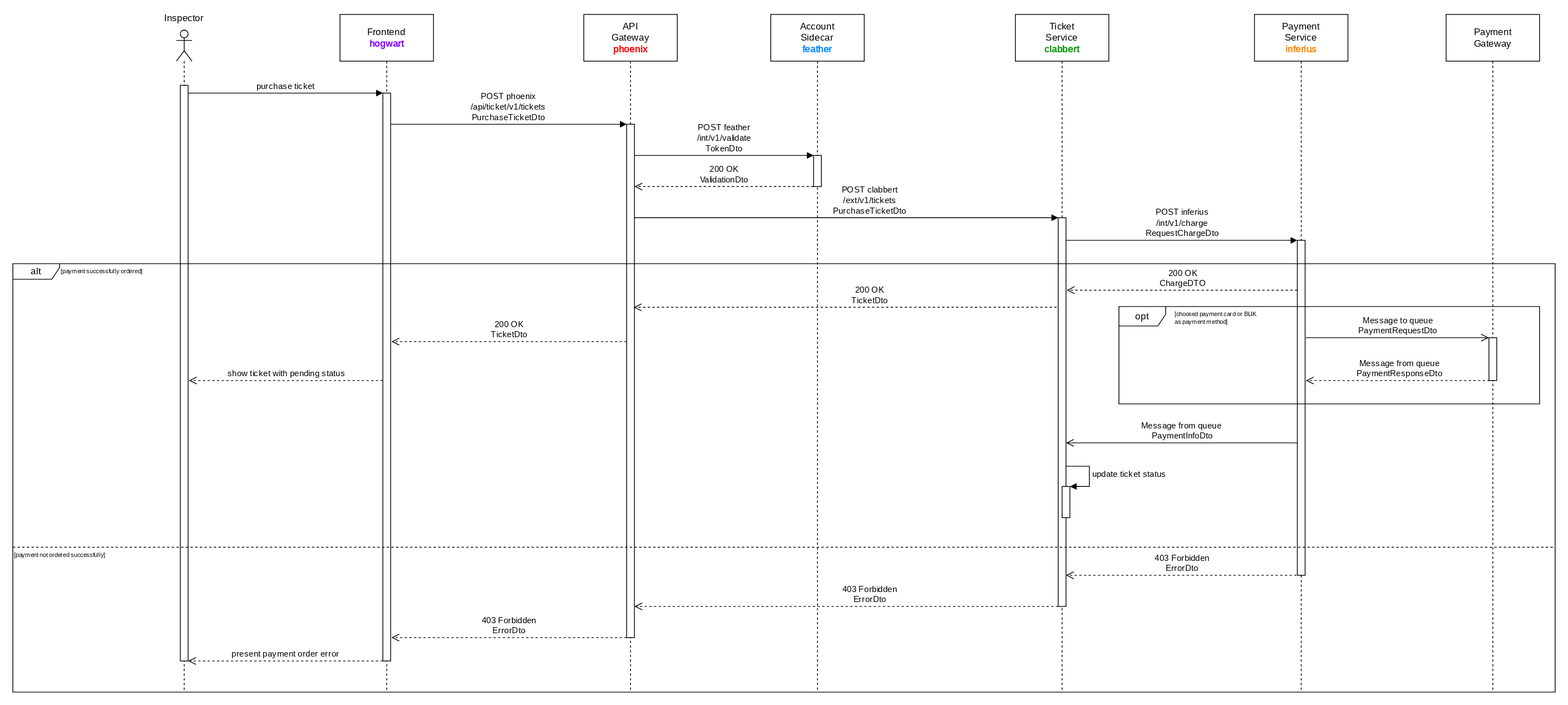
Above: documentation/course/e2/images/sequence-diagram-clabbert-ticket-purchase.drawio.svg in PWR-ACS-SE-24/SoftwareSystemDesign (draw.io), before the change. Source tidied: cells renumbered, new cells last; positions are measured from the earlier drawing's top-left corner, leaving out a move shared by most shapes. Its diagram source:
```xml
<mxGraphModel>
  <root>
    <mxCell id="0" />
    <mxCell id="1" parent="0" />
    <mxCell id="2" value="&lt;div&gt;API&lt;/div&gt;&lt;div&gt;Gateway&lt;/div&gt;&lt;div&gt;&lt;b&gt;&lt;font color=&quot;#ff0000&quot;&gt;phoenix&lt;/font&gt;&lt;/b&gt;&lt;br&gt;&lt;/div&gt;" style="shape=umlLifeline;perimeter=lifelinePerimeter;whiteSpace=wrap;html=1;newEdgeStyle={&quot;curved&quot;:0,&quot;rounded&quot;:0};size=60;fontFamily=JetBrains Mono;fontSource=https%3A%2F%2Ffonts.googleapis.com%2Fcss%3Ffamily%3DJetBrains%2BMono;" parent="1" vertex="1">
      <mxGeometry x="733" width="120" height="870" as="geometry" />
    </mxCell>
    <mxCell id="3" style="html=1;points=[[0,0,0,0,5],[0,1,0,0,-5],[1,0,0,0,5],[1,1,0,0,-5]];perimeter=orthogonalPerimeter;outlineConnect=0;targetShapes=umlLifeline;portConstraint=eastwest;newEdgeStyle={&quot;curved&quot;:0,&quot;rounded&quot;:0};fontFamily=JetBrains Mono;fontSource=https%3A%2F%2Ffonts.googleapis.com%2Fcss%3Ffamily%3DJetBrains%2BMono;" parent="2" vertex="1">
      <mxGeometry x="55" y="141" width="10" height="659" as="geometry" />
    </mxCell>
    <mxCell id="4" value="Account&lt;br&gt;Sidecar&lt;font color=&quot;#0088ff&quot;&gt;&lt;b&gt;&lt;br&gt;feather&lt;/b&gt;&lt;/font&gt;&lt;br&gt;&lt;font color=&quot;#0088ff&quot;&gt;&lt;b&gt;&lt;/b&gt;&lt;/font&gt;" style="shape=umlLifeline;perimeter=lifelinePerimeter;whiteSpace=wrap;html=1;newEdgeStyle={&quot;curved&quot;:0,&quot;rounded&quot;:0};size=60;fontFamily=JetBrains Mono;fontSource=https%3A%2F%2Ffonts.googleapis.com%2Fcss%3Ffamily%3DJetBrains%2BMono;" parent="1" vertex="1">
      <mxGeometry x="973" width="120" height="870" as="geometry" />
    </mxCell>
    <mxCell id="5" style="html=1;points=[[0,0,0,0,5],[0,1,0,0,-5],[1,0,0,0,5],[1,1,0,0,-5]];perimeter=orthogonalPerimeter;outlineConnect=0;targetShapes=umlLifeline;portConstraint=eastwest;newEdgeStyle={&quot;curved&quot;:0,&quot;rounded&quot;:0};fontFamily=JetBrains Mono;fontSource=https%3A%2F%2Ffonts.googleapis.com%2Fcss%3Ffamily%3DJetBrains%2BMono;" parent="4" vertex="1">
      <mxGeometry x="55" y="181" width="10" height="40" as="geometry" />
    </mxCell>
    <mxCell id="6" value="&lt;div&gt;Frontend&lt;/div&gt;&lt;div&gt;&lt;b&gt;&lt;font color=&quot;#8800ff&quot;&gt;hogwart&lt;/font&gt;&lt;/b&gt;&lt;br&gt;&lt;/div&gt;" style="shape=umlLifeline;perimeter=lifelinePerimeter;whiteSpace=wrap;html=1;newEdgeStyle={&quot;curved&quot;:0,&quot;rounded&quot;:0};size=60;fontFamily=JetBrains Mono;fontSource=https%3A%2F%2Ffonts.googleapis.com%2Fcss%3Ffamily%3DJetBrains%2BMono;" parent="1" vertex="1">
      <mxGeometry x="420" width="120" height="870" as="geometry" />
    </mxCell>
    <mxCell id="7" style="html=1;points=[[0,0,0,0,5],[0,1,0,0,-5],[1,0,0,0,5],[1,1,0,0,-5]];perimeter=orthogonalPerimeter;outlineConnect=0;targetShapes=umlLifeline;portConstraint=eastwest;newEdgeStyle={&quot;curved&quot;:0,&quot;rounded&quot;:0};fontFamily=JetBrains Mono;fontSource=https%3A%2F%2Ffonts.googleapis.com%2Fcss%3Ffamily%3DJetBrains%2BMono;" parent="6" vertex="1">
      <mxGeometry x="55" y="101" width="10" height="729" as="geometry" />
    </mxCell>
    <mxCell id="8" value="&lt;div&gt;Inspector&lt;/div&gt;" style="shape=umlLifeline;perimeter=lifelinePerimeter;whiteSpace=wrap;html=1;newEdgeStyle={&quot;curved&quot;:0,&quot;rounded&quot;:0};participant=umlActor;spacing=0;spacingBottom=70;fontFamily=JetBrains Mono;fontSource=https%3A%2F%2Ffonts.googleapis.com%2Fcss%3Ffamily%3DJetBrains%2BMono;" parent="1" vertex="1">
      <mxGeometry x="210" y="20" width="20" height="850" as="geometry" />
    </mxCell>
    <mxCell id="9" style="html=1;points=[[0,0,0,0,5],[0,1,0,0,-5],[1,0,0,0,5],[1,1,0,0,-5]];perimeter=orthogonalPerimeter;outlineConnect=0;targetShapes=umlLifeline;portConstraint=eastwest;newEdgeStyle={&quot;curved&quot;:0,&quot;rounded&quot;:0};fontFamily=JetBrains Mono;fontSource=https%3A%2F%2Ffonts.googleapis.com%2Fcss%3Ffamily%3DJetBrains%2BMono;" parent="8" vertex="1">
      <mxGeometry x="5" y="71" width="10" height="739" as="geometry" />
    </mxCell>
    <mxCell id="10" value="purchase ticket" style="html=1;verticalAlign=bottom;endArrow=block;curved=0;rounded=0;fontFamily=JetBrains Mono;fontSource=https%3A%2F%2Ffonts.googleapis.com%2Fcss%3Ffamily%3DJetBrains%2BMono;" parent="1" edge="1" target="7">
      <mxGeometry relative="1" as="geometry">
        <mxPoint x="225" y="101" as="sourcePoint" />
        <Array as="points">
          <mxPoint x="340" y="101" />
        </Array>
      </mxGeometry>
    </mxCell>
    <mxCell id="11" value="&lt;div&gt;POST phoenix&lt;/div&gt;&lt;div&gt;/api/ticket/v1/tickets&lt;/div&gt;&lt;div&gt;PurchaseTicketDto&lt;/div&gt;" style="html=1;verticalAlign=bottom;endArrow=block;curved=0;rounded=0;fontFamily=JetBrains Mono;fontSource=https%3A%2F%2Ffonts.googleapis.com%2Fcss%3Ffamily%3DJetBrains%2BMono;" parent="1" edge="1" source="7" target="3">
      <mxGeometry relative="1" as="geometry">
        <Array as="points">
          <mxPoint x="610" y="141" />
        </Array>
      </mxGeometry>
    </mxCell>
    <mxCell id="12" value="POST feather&lt;div&gt;/int/v1/validate&lt;/div&gt;&lt;div&gt;TokenDto&lt;/div&gt;" style="html=1;verticalAlign=bottom;endArrow=block;curved=0;rounded=0;fontFamily=JetBrains Mono;fontSource=https%3A%2F%2Ffonts.googleapis.com%2Fcss%3Ffamily%3DJetBrains%2BMono;" parent="1" edge="1" source="3" target="5">
      <mxGeometry relative="1" as="geometry">
        <Array as="points">
          <mxPoint x="963" y="181" />
        </Array>
      </mxGeometry>
    </mxCell>
    <mxCell id="13" value="&lt;div&gt;&lt;font&gt;200 OK&lt;/font&gt;&lt;/div&gt;&lt;font&gt;ValidationDto&lt;/font&gt;" style="html=1;verticalAlign=bottom;endArrow=open;dashed=1;endSize=8;curved=0;rounded=0;fontFamily=JetBrains Mono;fontSource=https%3A%2F%2Ffonts.googleapis.com%2Fcss%3Ffamily%3DJetBrains%2BMono;" parent="1" edge="1" source="5" target="3">
      <mxGeometry relative="1" as="geometry">
        <Array as="points">
          <mxPoint x="913" y="221" />
        </Array>
      </mxGeometry>
    </mxCell>
    <mxCell id="14" value="200 OK&lt;br&gt;TicketDto" style="html=1;verticalAlign=bottom;endArrow=open;dashed=1;endSize=8;curved=0;rounded=0;fontFamily=JetBrains Mono;fontSource=https%3A%2F%2Ffonts.googleapis.com%2Fcss%3Ffamily%3DJetBrains%2BMono;" parent="1" edge="1">
      <mxGeometry relative="1" as="geometry">
        <mxPoint x="788" y="420" as="sourcePoint" />
        <mxPoint x="486" y="420" as="targetPoint" />
      </mxGeometry>
    </mxCell>
    <mxCell id="15" value="&lt;font&gt;show ticket with pending status&lt;/font&gt;" style="html=1;verticalAlign=bottom;endArrow=open;dashed=1;endSize=8;curved=0;rounded=0;fontFamily=JetBrains Mono;fontSource=https%3A%2F%2Ffonts.googleapis.com%2Fcss%3Ffamily%3DJetBrains%2BMono;" parent="1" edge="1">
      <mxGeometry relative="1" as="geometry">
        <mxPoint x="475" y="470" as="sourcePoint" />
        <mxPoint x="226" y="470" as="targetPoint" />
        <Array as="points">
          <mxPoint x="355" y="470" />
        </Array>
      </mxGeometry>
    </mxCell>
    <mxCell id="16" value="Ticket&lt;div&gt;Service&lt;br&gt;&lt;b style=&quot;&quot;&gt;&lt;font color=&quot;#009900&quot;&gt;clabbert&lt;/font&gt;&lt;/b&gt;&lt;/div&gt;" style="shape=umlLifeline;perimeter=lifelinePerimeter;whiteSpace=wrap;html=1;newEdgeStyle={&quot;curved&quot;:0,&quot;rounded&quot;:0};size=60;fontFamily=JetBrains Mono;fontSource=https%3A%2F%2Ffonts.googleapis.com%2Fcss%3Ffamily%3DJetBrains%2BMono;" parent="1" vertex="1">
      <mxGeometry x="1287" width="120" height="870" as="geometry" />
    </mxCell>
    <mxCell id="17" style="html=1;points=[[0,0,0,0,5],[0,1,0,0,-5],[1,0,0,0,5],[1,1,0,0,-5]];perimeter=orthogonalPerimeter;outlineConnect=0;targetShapes=umlLifeline;portConstraint=eastwest;newEdgeStyle={&quot;curved&quot;:0,&quot;rounded&quot;:0};fontFamily=JetBrains Mono;fontSource=https%3A%2F%2Ffonts.googleapis.com%2Fcss%3Ffamily%3DJetBrains%2BMono;" parent="16" vertex="1">
      <mxGeometry x="55" y="261" width="10" height="499" as="geometry" />
    </mxCell>
    <mxCell id="18" value="POST clabbert&lt;div&gt;/ext/v1/tickets&lt;/div&gt;&lt;div&gt;PurchaseTicketDto&lt;/div&gt;" style="html=1;verticalAlign=bottom;endArrow=block;curved=0;rounded=0;fontFamily=JetBrains Mono;fontSource=https%3A%2F%2Ffonts.googleapis.com%2Fcss%3Ffamily%3DJetBrains%2BMono;" parent="1" edge="1" source="3" target="17">
      <mxGeometry x="0.11" relative="1" as="geometry">
        <Array as="points">
          <mxPoint x="1033" y="261" />
        </Array>
      </mxGeometry>
    </mxCell>
    <mxCell id="19" value="&lt;font&gt;200 OK&lt;br&gt;ChargeDTO&lt;/font&gt;" style="html=1;verticalAlign=bottom;endArrow=open;dashed=1;endSize=8;curved=0;rounded=0;fontFamily=JetBrains Mono;fontSource=https%3A%2F%2Ffonts.googleapis.com%2Fcss%3Ffamily%3DJetBrains%2BMono;" parent="1" edge="1">
      <mxGeometry relative="1" as="geometry">
        <mxPoint x="1649" y="354" as="sourcePoint" />
        <mxPoint x="1353" y="354" as="targetPoint" />
      </mxGeometry>
    </mxCell>
    <mxCell id="20" value="[payment successfully ordered&lt;span style=&quot;background-color: initial;&quot;&gt;]&lt;/span&gt;" style="text;html=1;align=left;verticalAlign=middle;strokeColor=none;fillColor=none;fontSize=8;fontFamily=JetBrains Mono;fontSource=https%3A%2F%2Ffonts.googleapis.com%2Fcss%3Ffamily%3DJetBrains%2BMono;" parent="1" vertex="1">
      <mxGeometry x="60" y="320" width="170" height="20" as="geometry" />
    </mxCell>
    <mxCell id="21" value="Payment&lt;div&gt;Service&lt;br&gt;&lt;b style=&quot;&quot;&gt;&lt;font color=&quot;#ff8800&quot;&gt;inferius&lt;/font&gt;&lt;/b&gt;&lt;/div&gt;" style="shape=umlLifeline;perimeter=lifelinePerimeter;whiteSpace=wrap;html=1;newEdgeStyle={&quot;curved&quot;:0,&quot;rounded&quot;:0};size=60;fontFamily=JetBrains Mono;fontSource=https%3A%2F%2Ffonts.googleapis.com%2Fcss%3Ffamily%3DJetBrains%2BMono;" parent="1" vertex="1">
      <mxGeometry x="1594" width="120" height="870" as="geometry" />
    </mxCell>
    <mxCell id="22" style="html=1;points=[[0,0,0,0,5],[0,1,0,0,-5],[1,0,0,0,5],[1,1,0,0,-5]];perimeter=orthogonalPerimeter;outlineConnect=0;targetShapes=umlLifeline;portConstraint=eastwest;newEdgeStyle={&quot;curved&quot;:0,&quot;rounded&quot;:0};fontFamily=JetBrains Mono;fontSource=https%3A%2F%2Ffonts.googleapis.com%2Fcss%3Ffamily%3DJetBrains%2BMono;" parent="21" vertex="1">
      <mxGeometry x="55" y="290" width="10" height="430" as="geometry" />
    </mxCell>
    <mxCell id="23" value="&lt;font&gt;200 OK&lt;br&gt;TicketDto&lt;/font&gt;" style="html=1;verticalAlign=bottom;endArrow=open;dashed=1;endSize=8;curved=0;rounded=0;fontFamily=JetBrains Mono;fontSource=https%3A%2F%2Ffonts.googleapis.com%2Fcss%3Ffamily%3DJetBrains%2BMono;" parent="1" edge="1">
      <mxGeometry x="-0.12" relative="1" as="geometry">
        <mxPoint x="1340" y="376" as="sourcePoint" />
        <mxPoint x="797" y="376" as="targetPoint" />
        <Array as="points">
          <mxPoint x="1106" y="376" />
        </Array>
      </mxGeometry>
    </mxCell>
    <mxCell id="24" value="POST inferius&lt;div&gt;/int/v1/charge&lt;/div&gt;&lt;div&gt;RequestChargeDto&lt;/div&gt;" style="html=1;verticalAlign=bottom;endArrow=block;curved=0;rounded=0;fontFamily=JetBrains Mono;fontSource=https%3A%2F%2Ffonts.googleapis.com%2Fcss%3Ffamily%3DJetBrains%2BMono;" parent="1" edge="1" source="17" target="22">
      <mxGeometry relative="1" as="geometry">
        <Array as="points">
          <mxPoint x="1595" y="290" />
        </Array>
      </mxGeometry>
    </mxCell>
    <mxCell id="25" value="&lt;font&gt;403 Forbidden&lt;/font&gt;&lt;div&gt;&lt;font&gt;ErrorDto&lt;/font&gt;&lt;/div&gt;" style="html=1;verticalAlign=bottom;endArrow=open;dashed=1;endSize=8;curved=0;rounded=0;fontFamily=JetBrains Mono;fontSource=https%3A%2F%2Ffonts.googleapis.com%2Fcss%3Ffamily%3DJetBrains%2BMono;" parent="1" edge="1">
      <mxGeometry relative="1" as="geometry">
        <mxPoint x="1648" y="720" as="sourcePoint" />
        <mxPoint x="1352" y="720" as="targetPoint" />
      </mxGeometry>
    </mxCell>
    <mxCell id="26" value="403 Forbidden&lt;div&gt;ErrorDto&lt;/div&gt;" style="html=1;verticalAlign=bottom;endArrow=open;dashed=1;endSize=8;curved=0;rounded=0;fontFamily=JetBrains Mono;fontSource=https%3A%2F%2Ffonts.googleapis.com%2Fcss%3Ffamily%3DJetBrains%2BMono;" parent="1" edge="1" target="3">
      <mxGeometry x="-0.11" relative="1" as="geometry">
        <mxPoint x="1342" y="760" as="sourcePoint" />
      </mxGeometry>
    </mxCell>
    <mxCell id="27" value="[payment not ordered successfully&lt;span style=&quot;background-color: initial;&quot;&gt;]&lt;/span&gt;" style="text;html=1;align=left;verticalAlign=middle;strokeColor=none;fillColor=none;fontSize=8;fontFamily=JetBrains Mono;fontSource=https%3A%2F%2Ffonts.googleapis.com%2Fcss%3Ffamily%3DJetBrains%2BMono;" parent="1" vertex="1">
      <mxGeometry y="684" width="190" height="20" as="geometry" />
    </mxCell>
    <mxCell id="28" value="403 Forbidden&lt;div&gt;ErrorDto&lt;/div&gt;" style="html=1;verticalAlign=bottom;endArrow=open;dashed=1;endSize=8;curved=0;rounded=0;fontFamily=JetBrains Mono;fontSource=https%3A%2F%2Ffonts.googleapis.com%2Fcss%3Ffamily%3DJetBrains%2BMono;" parent="1" edge="1">
      <mxGeometry relative="1" as="geometry">
        <mxPoint x="788" y="800" as="sourcePoint" />
        <mxPoint x="486" y="800" as="targetPoint" />
      </mxGeometry>
    </mxCell>
    <mxCell id="29" value="present payment order error" style="html=1;verticalAlign=bottom;endArrow=open;dashed=1;endSize=8;curved=0;rounded=0;fontFamily=JetBrains Mono;fontSource=https%3A%2F%2Ffonts.googleapis.com%2Fcss%3Ffamily%3DJetBrains%2BMono;" parent="1" edge="1" source="7" target="9">
      <mxGeometry relative="1" as="geometry">
        <Array as="points">
          <mxPoint x="355" y="830" />
        </Array>
      </mxGeometry>
    </mxCell>
    <mxCell id="30" value="&lt;font&gt;Message from queue&lt;/font&gt;&lt;div&gt;&lt;font&gt;&amp;nbsp;PaymentInfoDto&lt;/font&gt;&lt;/div&gt;" style="html=1;verticalAlign=bottom;endArrow=open;endSize=8;curved=0;rounded=0;fontFamily=JetBrains Mono;fontSource=https%3A%2F%2Ffonts.googleapis.com%2Fcss%3Ffamily%3DJetBrains%2BMono;" parent="1" edge="1">
      <mxGeometry relative="1" as="geometry">
        <mxPoint x="1649" y="550" as="sourcePoint" />
        <mxPoint x="1352" y="550" as="targetPoint" />
      </mxGeometry>
    </mxCell>
    <mxCell id="31" style="html=1;points=[[0,0,0,0,5],[0,1,0,0,-5],[1,0,0,0,5],[1,1,0,0,-5]];perimeter=orthogonalPerimeter;outlineConnect=0;targetShapes=umlLifeline;portConstraint=eastwest;newEdgeStyle={&quot;curved&quot;:0,&quot;rounded&quot;:0};fontFamily=JetBrains Mono;fontSource=https%3A%2F%2Ffonts.googleapis.com%2Fcss%3Ffamily%3DJetBrains%2BMono;" parent="1" vertex="1">
      <mxGeometry x="1347" y="606" width="10" height="40" as="geometry" />
    </mxCell>
    <mxCell id="32" value="update ticket status" style="html=1;align=left;spacingLeft=2;endArrow=block;rounded=0;edgeStyle=orthogonalEdgeStyle;curved=0;rounded=0;fontFamily=JetBrains Mono;fontSource=https%3A%2F%2Ffonts.googleapis.com%2Fcss%3Ffamily%3DJetBrains%2BMono;" parent="1" edge="1" target="31">
      <mxGeometry relative="1" as="geometry">
        <mxPoint x="1352" y="580" as="sourcePoint" />
        <Array as="points">
          <mxPoint x="1382" y="580" />
          <mxPoint x="1382" y="606" />
        </Array>
      </mxGeometry>
    </mxCell>
    <mxCell id="33" value="Payment&lt;div&gt;Gateway&lt;/div&gt;" style="shape=umlLifeline;perimeter=lifelinePerimeter;whiteSpace=wrap;html=1;newEdgeStyle={&quot;curved&quot;:0,&quot;rounded&quot;:0};size=60;fontFamily=JetBrains Mono;fontSource=https%3A%2F%2Ffonts.googleapis.com%2Fcss%3Ffamily%3DJetBrains%2BMono;" parent="1" vertex="1">
      <mxGeometry x="1840" width="120" height="870" as="geometry" />
    </mxCell>
    <mxCell id="34" style="html=1;points=[[0,0,0,0,5],[0,1,0,0,-5],[1,0,0,0,5],[1,1,0,0,-5]];perimeter=orthogonalPerimeter;outlineConnect=0;targetShapes=umlLifeline;portConstraint=eastwest;newEdgeStyle={&quot;curved&quot;:0,&quot;rounded&quot;:0};fontFamily=JetBrains Mono;fontSource=https%3A%2F%2Ffonts.googleapis.com%2Fcss%3Ffamily%3DJetBrains%2BMono;" parent="33" vertex="1">
      <mxGeometry x="55" y="415" width="10" height="55" as="geometry" />
    </mxCell>
    <mxCell id="35" value="[choosed payment card or BLIK&lt;br&gt;&lt;span style=&quot;background-color: initial;&quot;&gt;as payment method]&lt;/span&gt;" style="text;html=1;align=left;verticalAlign=middle;strokeColor=none;fillColor=none;fontSize=8;fontFamily=JetBrains Mono;fontSource=https%3A%2F%2Ffonts.googleapis.com%2Fcss%3Ffamily%3DJetBrains%2BMono;" parent="1" vertex="1">
      <mxGeometry x="1490" y="375" width="160" height="30" as="geometry" />
    </mxCell>
    <mxCell id="36" value="Message to queue&lt;br&gt;PaymentRequestDto" style="endArrow=open;startArrow=none;endFill=0;startFill=0;endSize=8;html=1;verticalAlign=bottom;labelBackgroundColor=none;rounded=0;fontFamily=JetBrains Mono;fontSource=https%3A%2F%2Ffonts.googleapis.com%2Fcss%3Ffamily%3DJetBrains%2BMono;" parent="1" edge="1" target="34">
      <mxGeometry relative="1" as="geometry">
        <mxPoint x="1660" y="415" as="sourcePoint" />
      </mxGeometry>
    </mxCell>
    <mxCell id="37" value="&lt;font&gt;Message from queue&lt;br&gt;PaymentResponseDto&lt;/font&gt;" style="html=1;verticalAlign=bottom;endArrow=open;dashed=1;endSize=8;curved=0;rounded=0;fontFamily=JetBrains Mono;fontSource=https%3A%2F%2Ffonts.googleapis.com%2Fcss%3Ffamily%3DJetBrains%2BMono;" parent="1" edge="1">
      <mxGeometry relative="1" as="geometry">
        <mxPoint x="1902" y="470" as="sourcePoint" />
        <mxPoint x="1660" y="470" as="targetPoint" />
      </mxGeometry>
    </mxCell>
    <mxCell id="38" style="line;strokeWidth=1;fillColor=none;align=left;verticalAlign=middle;spacingTop=-1;spacingLeft=3;spacingRight=3;labelPosition=right;strokeColor=inherit;dashed=1;fontFamily=JetBrains Mono;fontSource=https%3A%2F%2Ffonts.googleapis.com%2Fcss%3Ffamily%3DJetBrains%2BMono;" parent="1" vertex="1">
      <mxGeometry y="680" width="1980" height="8" as="geometry" />
    </mxCell>
    <mxCell id="39" value="alt" style="shape=umlFrame;whiteSpace=wrap;html=1;fontFamily=JetBrains Mono;fontSource=https%3A%2F%2Ffonts.googleapis.com%2Fcss%3Ffamily%3DJetBrains%2BMono;width=60;height=20;" parent="1" vertex="1">
      <mxGeometry y="320" width="1980" height="550" as="geometry" />
    </mxCell>
    <mxCell id="40" value="opt" style="shape=umlFrame;whiteSpace=wrap;html=1;width=60;height=25;fontFamily=JetBrains Mono;fontSource=https%3A%2F%2Ffonts.googleapis.com%2Fcss%3Ffamily%3DJetBrains%2BMono;" parent="1" vertex="1">
      <mxGeometry x="1420" y="375" width="540" height="125" as="geometry" />
    </mxCell>
  </root>
</mxGraphModel>
```
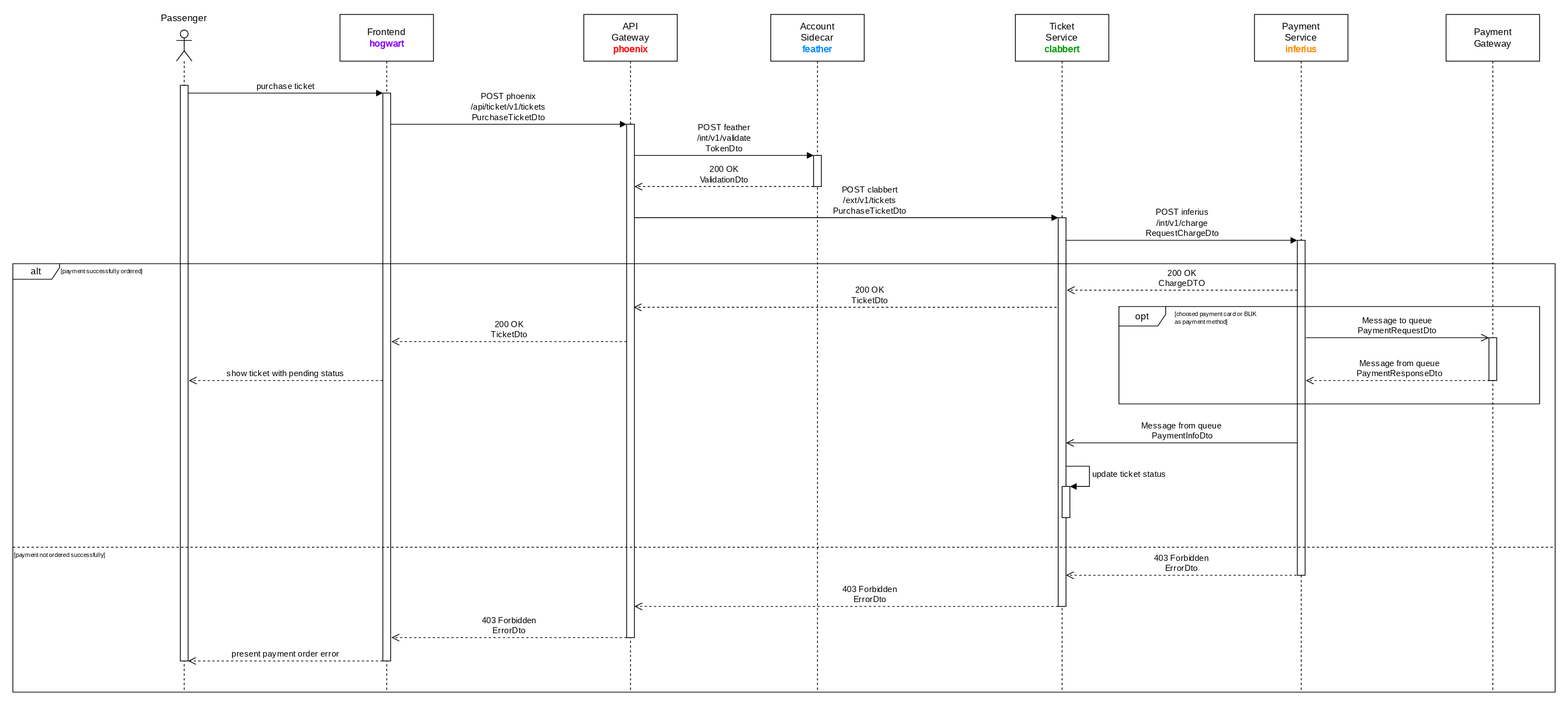
Later version of the same file.

Diff of the diagram source:
```diff
@@ -20,7 +20,7 @@
     <mxCell id="7" style="html=1;points=[[0,0,0,0,5],[0,1,0,0,-5],[1,0,0,0,5],[1,1,0,0,-5]];perimeter=orthogonalPerimeter;outlineConnect=0;targetShapes=umlLifeline;portConstraint=eastwest;newEdgeStyle={&quot;curved&quot;:0,&quot;rounded&quot;:0};fontFamily=JetBrains Mono;fontSource=https%3A%2F%2Ffonts.googleapis.com%2Fcss%3Ffamily%3DJetBrains%2BMono;" parent="6" vertex="1">
       <mxGeometry x="55" y="101" width="10" height="729" as="geometry" />
     </mxCell>
-    <mxCell id="8" value="&lt;div&gt;Inspector&lt;/div&gt;" style="shape=umlLifeline;perimeter=lifelinePerimeter;whiteSpace=wrap;html=1;newEdgeStyle={&quot;curved&quot;:0,&quot;rounded&quot;:0};participant=umlActor;spacing=0;spacingBottom=70;fontFamily=JetBrains Mono;fontSource=https%3A%2F%2Ffonts.googleapis.com%2Fcss%3Ffamily%3DJetBrains%2BMono;" parent="1" vertex="1">
+    <mxCell id="8" value="&lt;div&gt;Passenger&lt;/div&gt;" style="shape=umlLifeline;perimeter=lifelinePerimeter;whiteSpace=wrap;html=1;newEdgeStyle={&quot;curved&quot;:0,&quot;rounded&quot;:0};participant=umlActor;spacing=0;spacingBottom=70;fontFamily=JetBrains Mono;fontSource=https%3A%2F%2Ffonts.googleapis.com%2Fcss%3Ffamily%3DJetBrains%2BMono;" parent="1" vertex="1">
       <mxGeometry x="210" y="20" width="20" height="850" as="geometry" />
     </mxCell>
     <mxCell id="9" style="html=1;points=[[0,0,0,0,5],[0,1,0,0,-5],[1,0,0,0,5],[1,1,0,0,-5]];perimeter=orthogonalPerimeter;outlineConnect=0;targetShapes=umlLifeline;portConstraint=eastwest;newEdgeStyle={&quot;curved&quot;:0,&quot;rounded&quot;:0};fontFamily=JetBrains Mono;fontSource=https%3A%2F%2Ffonts.googleapis.com%2Fcss%3Ffamily%3DJetBrains%2BMono;" parent="8" vertex="1">
```
